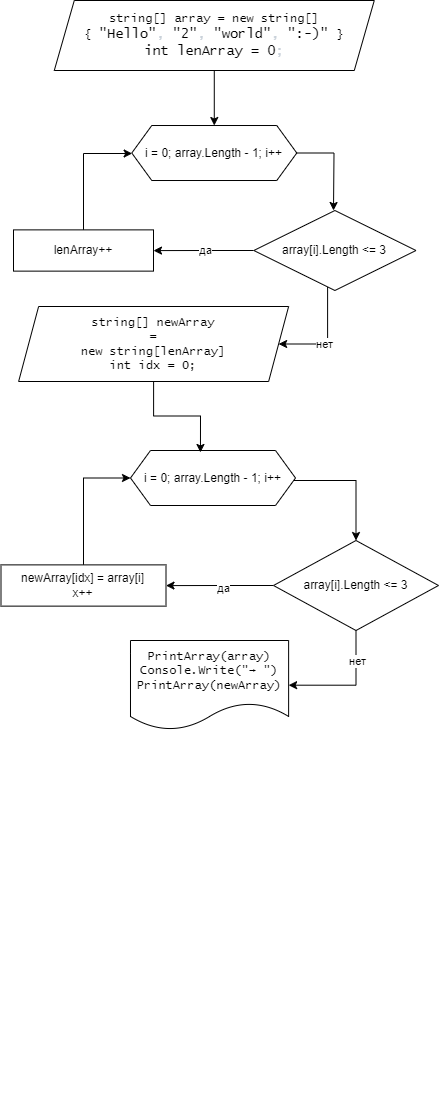
Above: block diagram-final work.png in safronofff/Final-work-main-unit (draw.io), before the change. Source tidied: cells renumbered, new cells last; positions are measured from the earlier drawing's top-left corner, leaving out a move shared by most shapes.
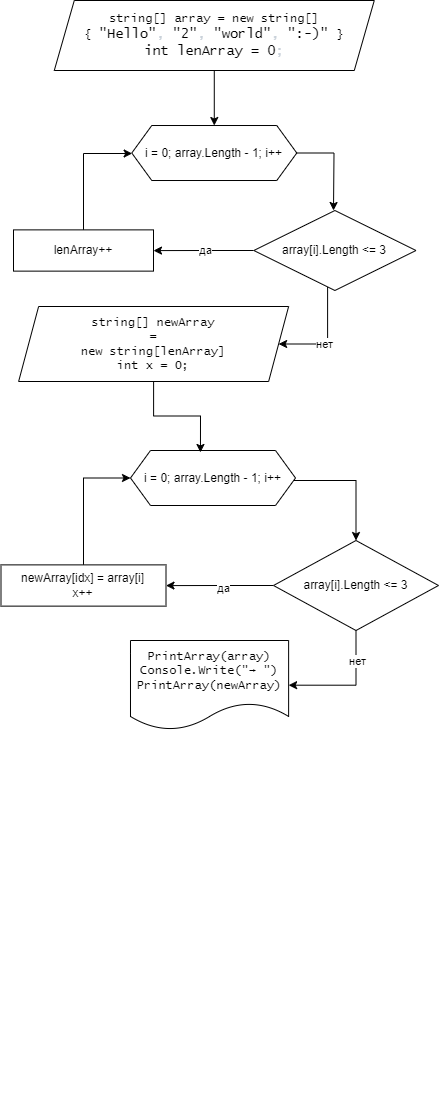
Above is the later version.

Commit message:
block_diagram_3

The edit, as a diff of the source:
```diff
@@ -33,7 +33,7 @@
     <mxCell id="10" value="array[i].Length &amp;lt;= 3" style="rhombus;whiteSpace=wrap;html=1;" parent="2" vertex="1">
       <mxGeometry x="256.9" y="530" width="165" height="90" as="geometry" />
     </mxCell>
-    <mxCell id="11" value="&lt;span&gt;string[] newArray &lt;br&gt;=&lt;br&gt;new string[lenArray]&lt;br&gt;int idx = 0;&lt;br&gt;&lt;/span&gt;" style="shape=parallelogram;perimeter=parallelogramPerimeter;whiteSpace=wrap;html=1;fixedSize=1;fontFamily=Lucida Console;" parent="2" vertex="1">
+    <mxCell id="11" value="&lt;span&gt;string[] newArray &lt;br&gt;=&lt;br&gt;new string[lenArray]&lt;br&gt;int x = 0;&lt;br&gt;&lt;/span&gt;" style="shape=parallelogram;perimeter=parallelogramPerimeter;whiteSpace=wrap;html=1;fixedSize=1;fontFamily=Lucida Console;" parent="2" vertex="1">
       <mxGeometry x="2" y="296" width="270" height="75" as="geometry" />
     </mxCell>
     <mxCell id="12" style="edgeStyle=orthogonalEdgeStyle;rounded=0;jettySize=auto;html=1;" parent="2" edge="1" source="16" target="20">
```
